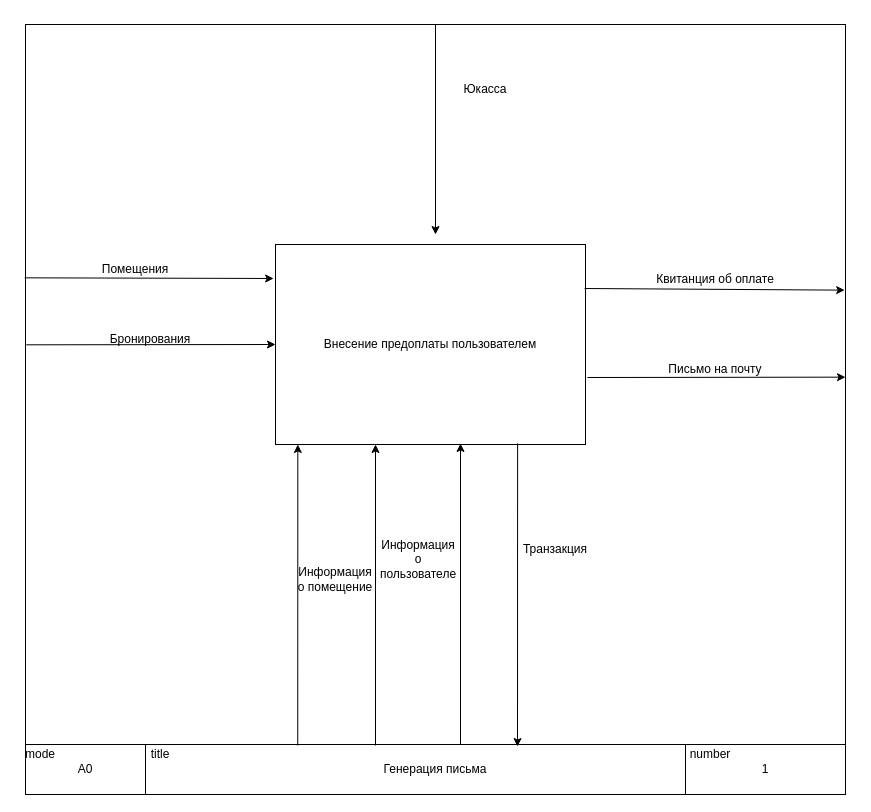
Honeysuckle52/interior keeps this draw.io diagram as Курсовая 2025/Диаграммы/Диаграмма контекстная.drawio. Above is the earlier version. Source tidied: cells renumbered, new cells numbered last; positions are measured from the earlier drawing's top-left corner, leaving out a move shared by most shapes. Both pictures are drawn from the tidied source at 100%, with x=0, y=0 at pixel (25, 24).
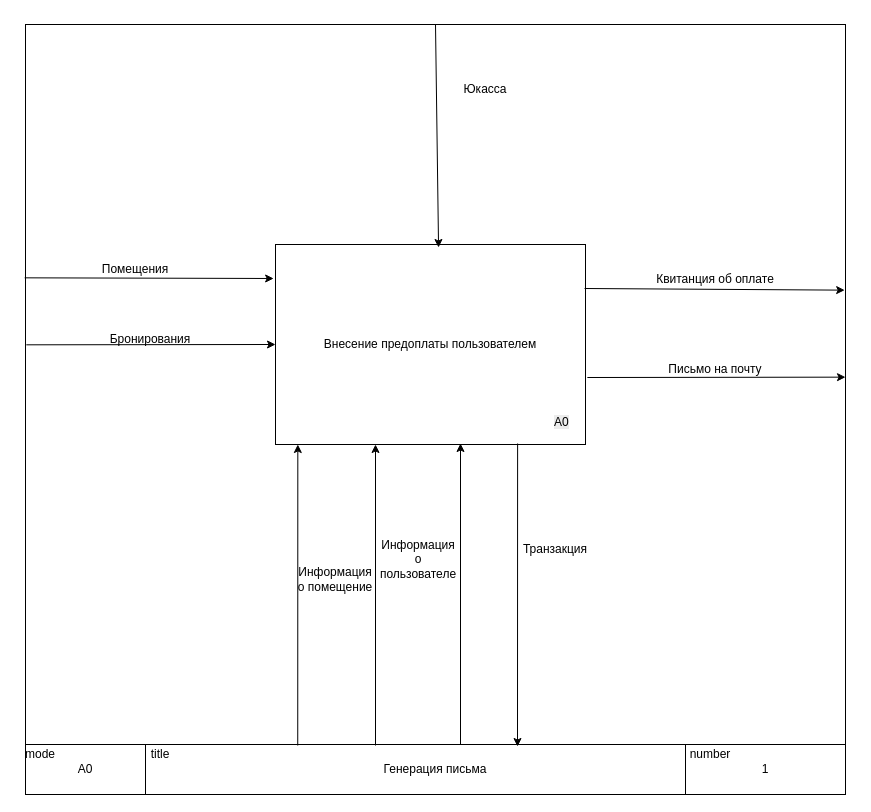
Above is the later version.

Unchanged cells that the change refers to:
```xml
<mxCell id="2" style="rounded=0;whiteSpace=wrap;html=1;" parent="1" vertex="1">
  <mxGeometry width="820" height="770" as="geometry" />
</mxCell>
<mxCell id="9" value="Внесение предоплаты пользователем" style="rounded=0;whiteSpace=wrap;html=1;" parent="1" vertex="1">
  <mxGeometry x="250" y="220" width="310" height="200" as="geometry" />
</mxCell>
```

Change to the diagram source:
```diff
@@
-    <mxCell id="14" style="endArrow=classic;html=1;rounded=0;exitX=0.5;exitY=0;exitDx=0;exitDy=0;" parent="1" edge="1" source="2">
-      <mxGeometry relative="1" as="geometry">
-        <mxPoint x="410" y="210" as="targetPoint" />
-      </mxGeometry>
+    <mxCell id="14" style="endArrow=classic;html=1;rounded=0;exitX=0.5;exitY=0;exitDx=0;exitDy=0;entryX=0.526;entryY=0.015;entryDx=0;entryDy=0;entryPerimeter=0;" parent="1" edge="1" source="2" target="9">
+      <mxGeometry relative="1" as="geometry" />
     </mxCell>
@@
+    <mxCell id="27" value="&lt;span style=&quot;color: rgb(0, 0, 0); font-family: Helvetica; font-size: 12px; font-style: normal; font-variant-ligatures: normal; font-variant-caps: normal; font-weight: 400; letter-spacing: normal; orphans: 2; text-align: center; text-indent: 0px; text-transform: none; widows: 2; word-spacing: 0px; -webkit-text-stroke-width: 0px; white-space: normal; background-color: rgb(236, 236, 236); text-decoration-thickness: initial; text-decoration-style: initial; text-decoration-color: initial; display: inline !important; float: none;&quot;&gt;А0&lt;/span&gt;" style="text;whiteSpace=wrap;html=1;" parent="1" vertex="1">
+      <mxGeometry x="527" y="384" width="43" height="36" as="geometry" />
+    </mxCell>
```
